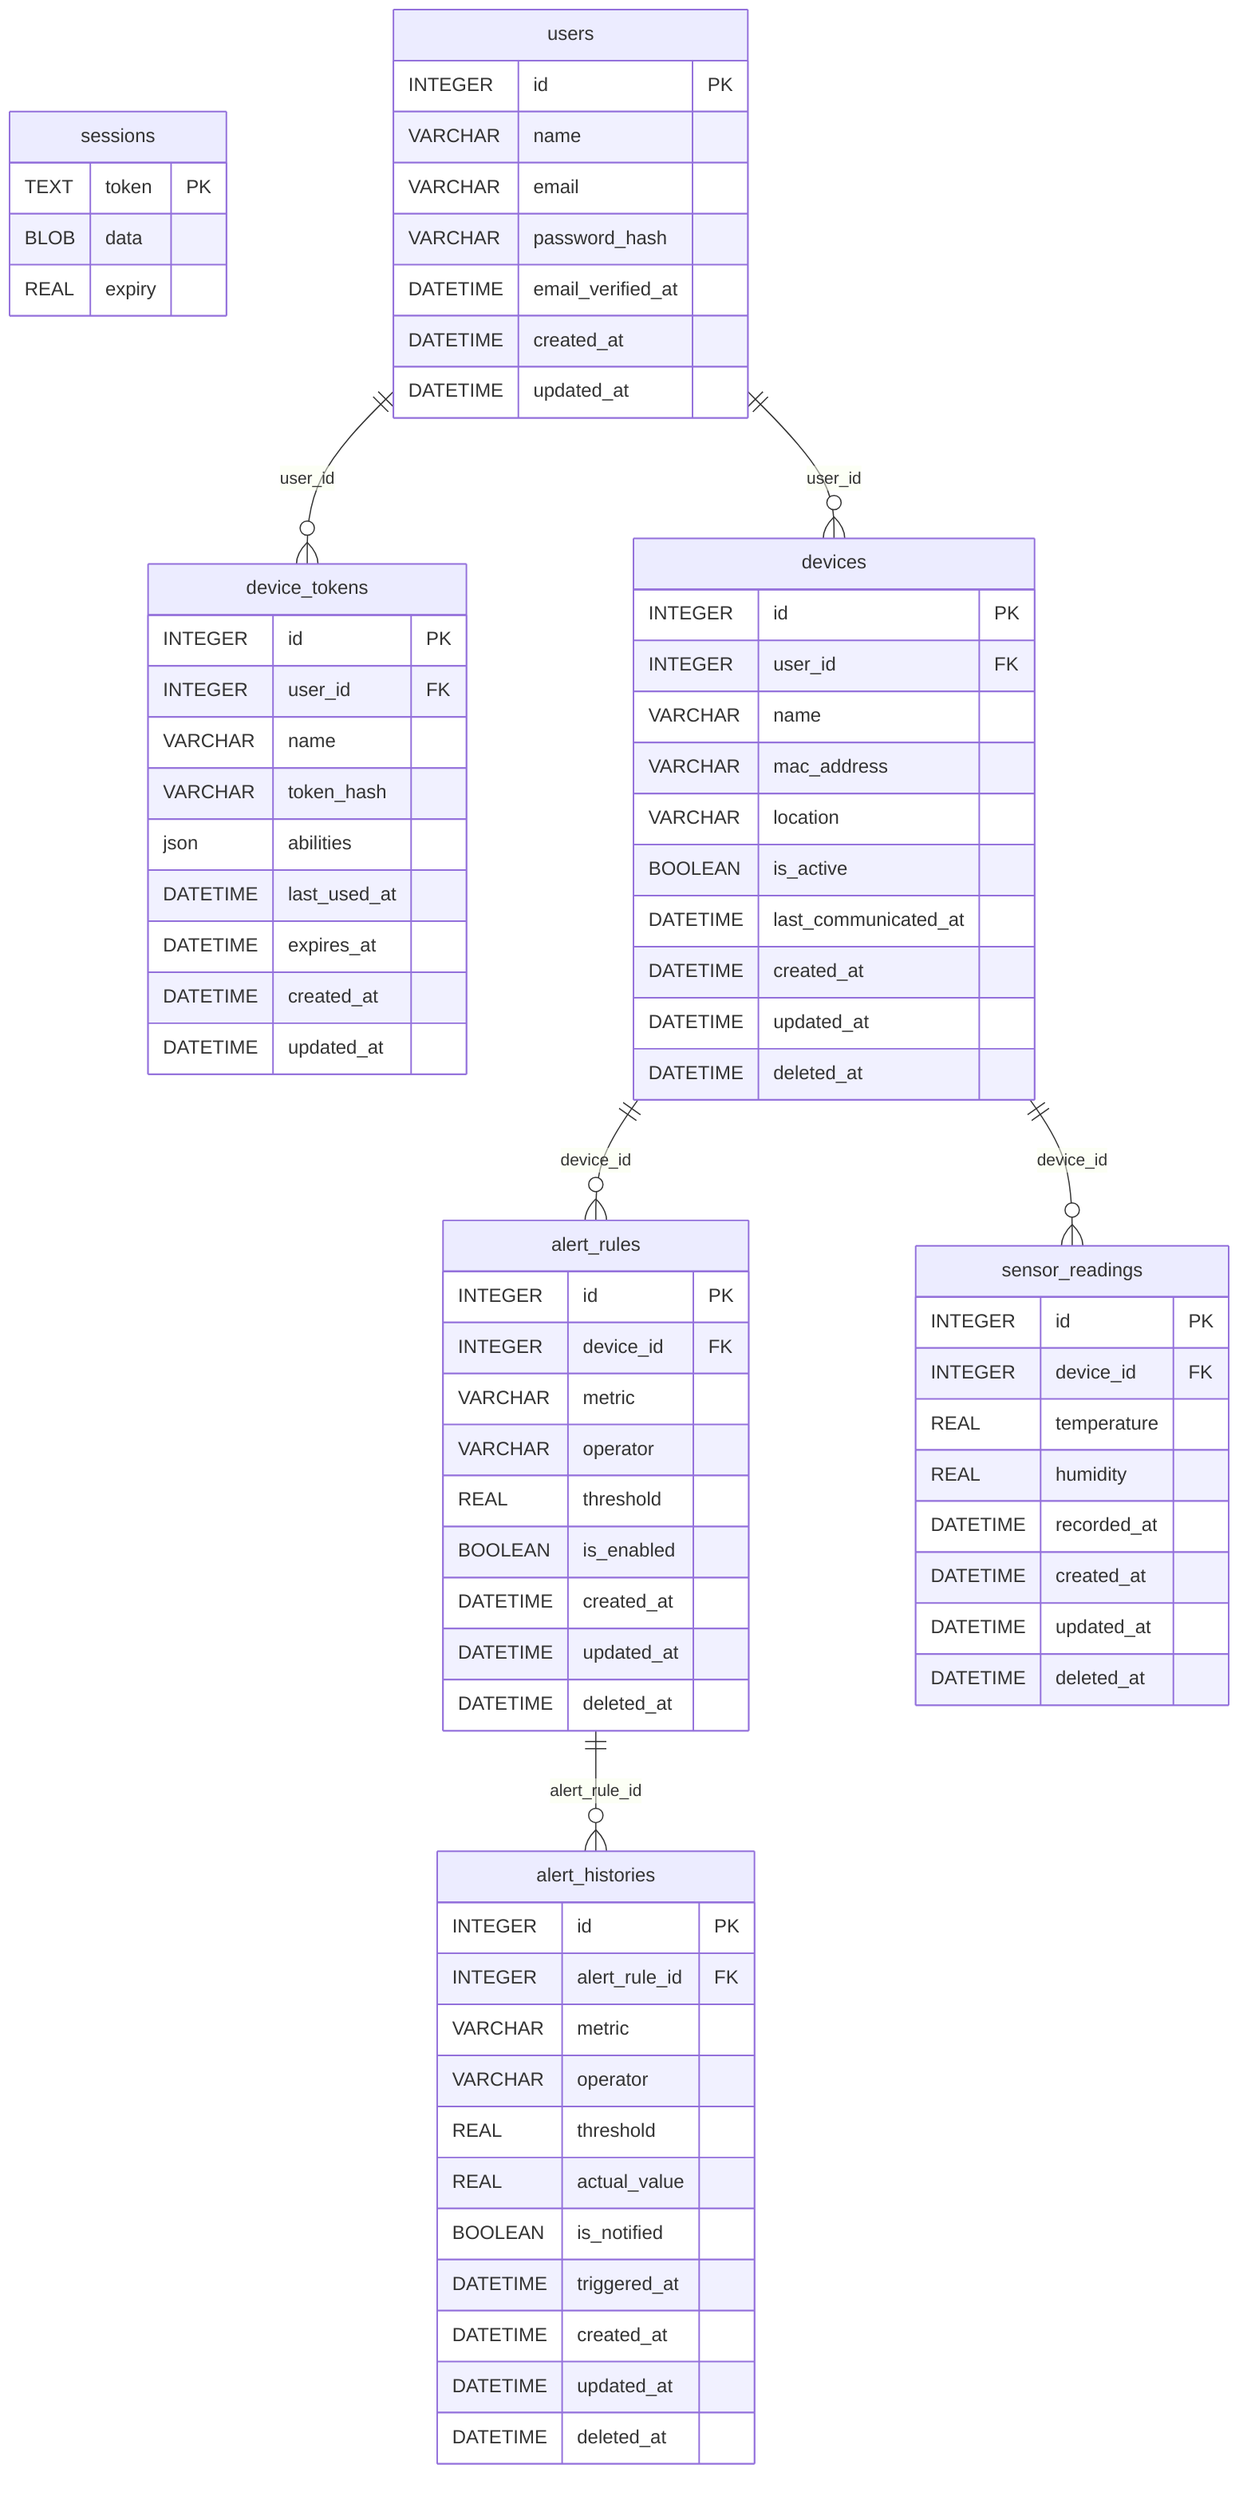
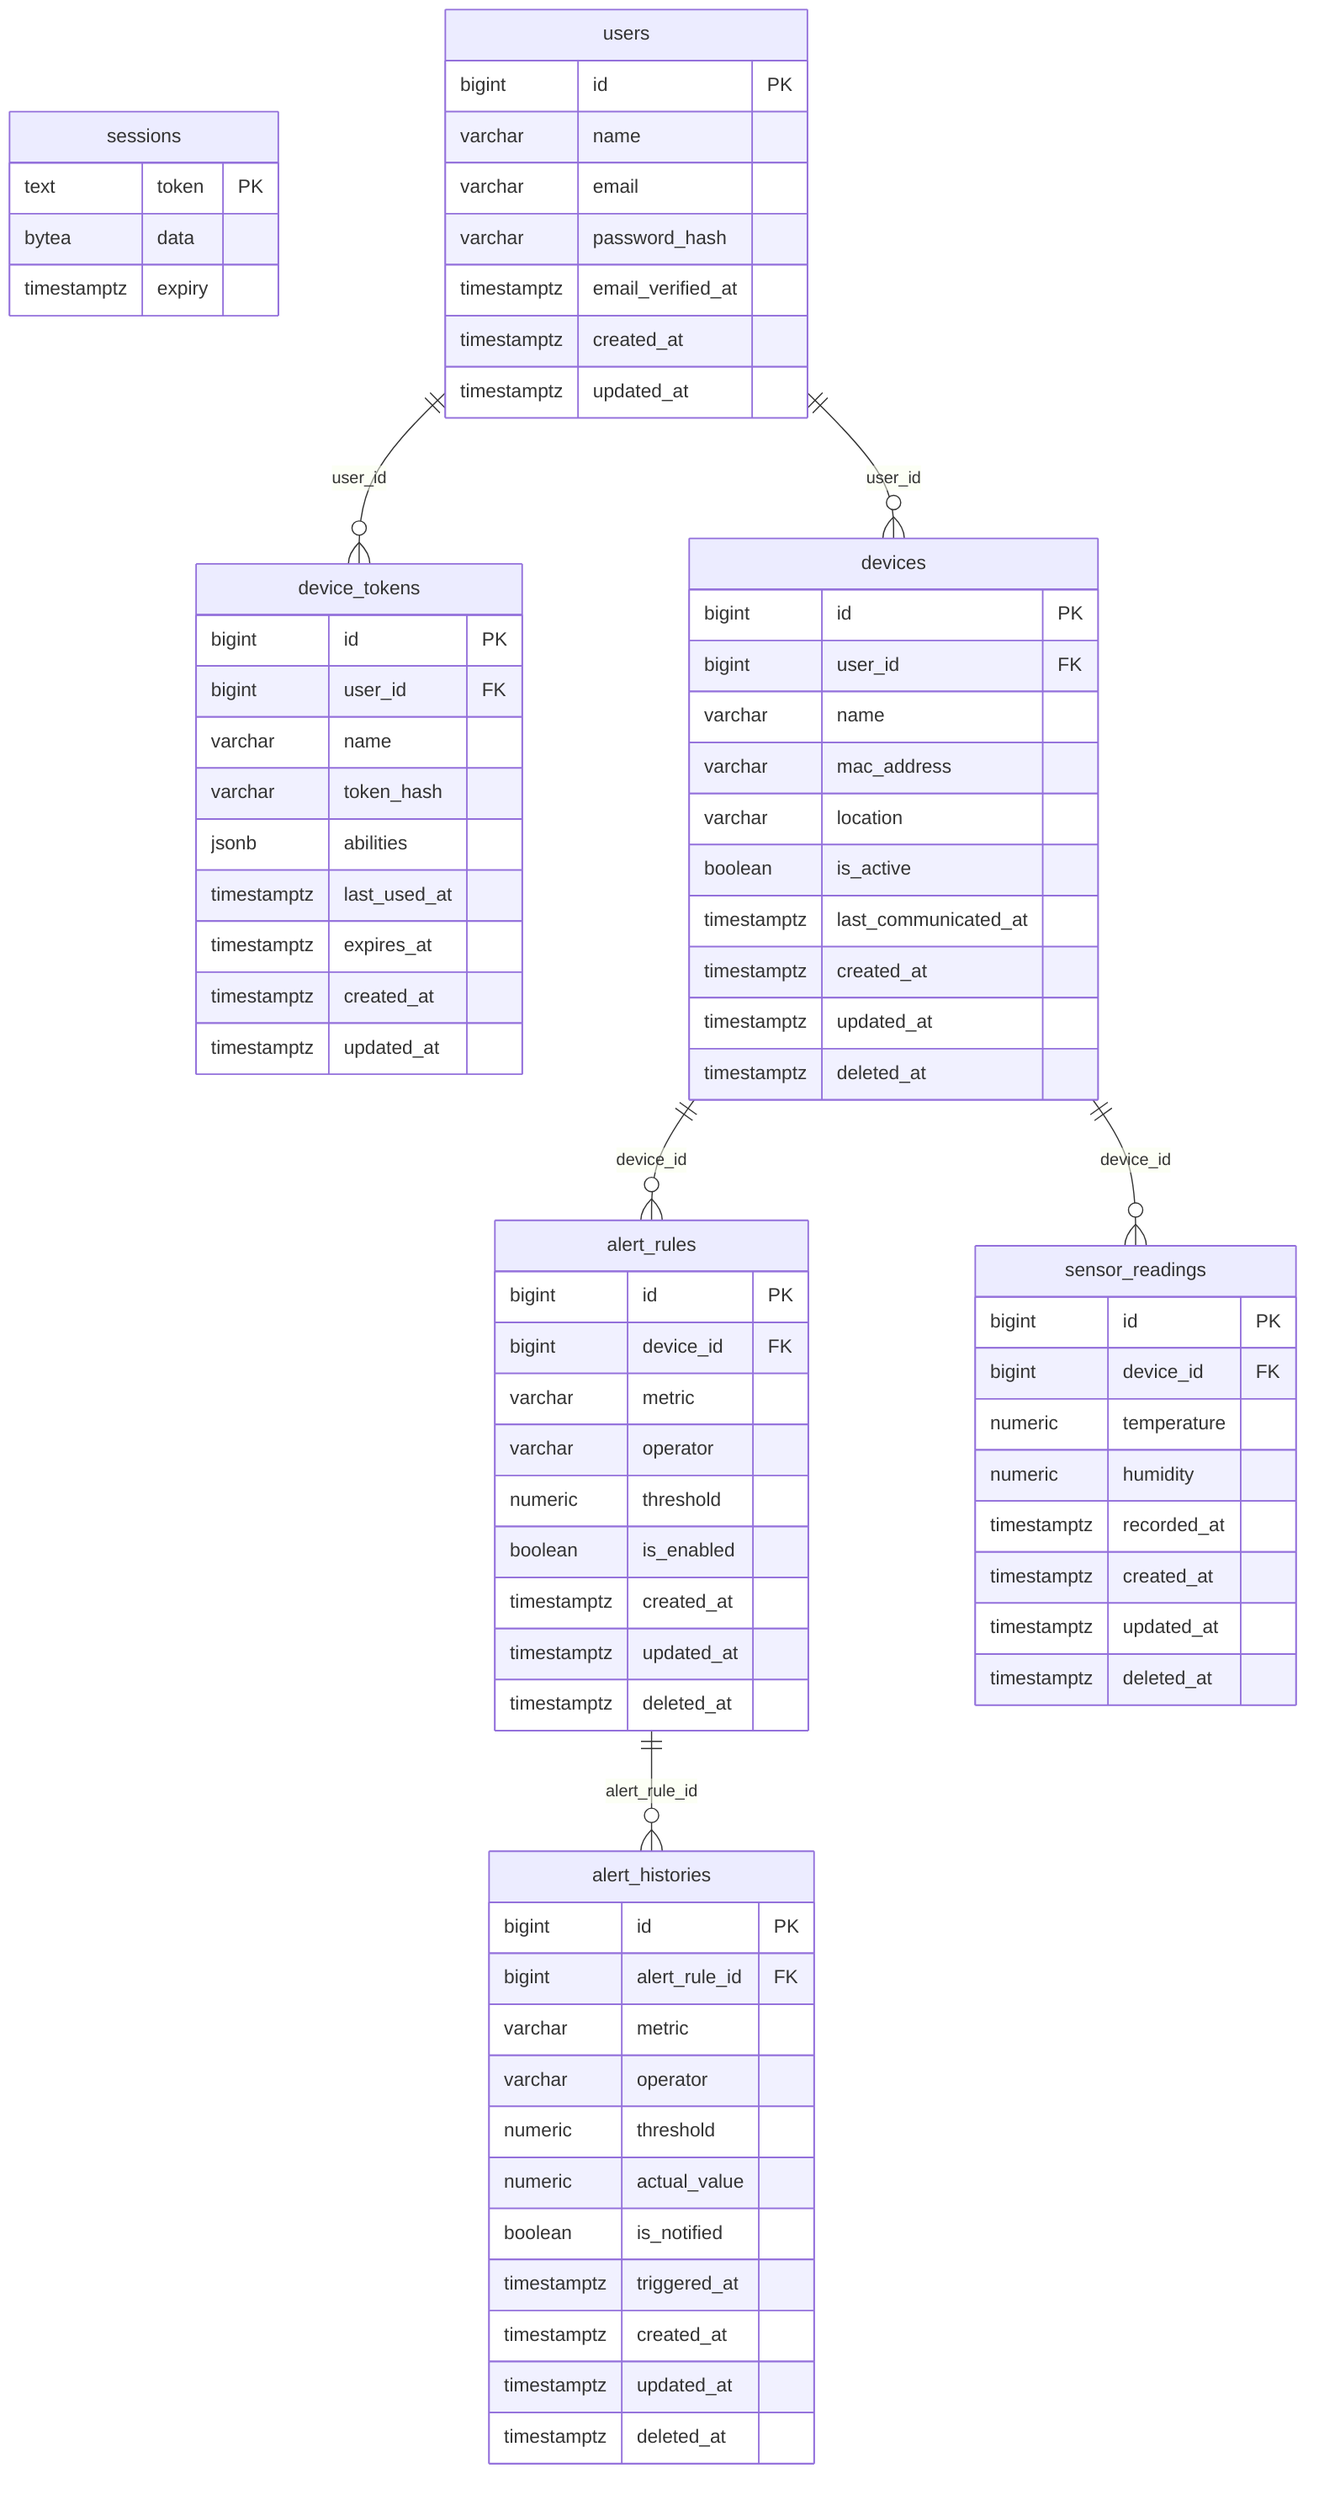
erDiagram
%% DBスナップショット — ER図 (Mermaid)。make db-snapshot で自動生成。手動編集しない。
%% 外部キー制約は張らない方針のため、関連は <table>_id 命名からの推論（論理リレーション）。
    alert_histories {
-         INTEGER id PK
-         INTEGER alert_rule_id FK
-         VARCHAR metric
-         VARCHAR operator
-         REAL threshold
-         REAL actual_value
-         BOOLEAN is_notified
-         DATETIME triggered_at
-         DATETIME created_at
-         DATETIME updated_at
-         DATETIME deleted_at
+         bigint id PK
+         bigint alert_rule_id FK
+         varchar metric
+         varchar operator
+         numeric threshold
+         numeric actual_value
+         boolean is_notified
+         timestamptz triggered_at
+         timestamptz created_at
+         timestamptz updated_at
+         timestamptz deleted_at
    }
    alert_rules {
-         INTEGER id PK
-         INTEGER device_id FK
-         VARCHAR metric
-         VARCHAR operator
-         REAL threshold
-         BOOLEAN is_enabled
-         DATETIME created_at
-         DATETIME updated_at
-         DATETIME deleted_at
+         bigint id PK
+         bigint device_id FK
+         varchar metric
+         varchar operator
+         numeric threshold
+         boolean is_enabled
+         timestamptz created_at
+         timestamptz updated_at
+         timestamptz deleted_at
    }
    device_tokens {
-         INTEGER id PK
-         INTEGER user_id FK
-         VARCHAR name
-         VARCHAR token_hash
-         json abilities
-         DATETIME last_used_at
-         DATETIME expires_at
-         DATETIME created_at
-         DATETIME updated_at
+         bigint id PK
+         bigint user_id FK
+         varchar name
+         varchar token_hash
+         jsonb abilities
+         timestamptz last_used_at
+         timestamptz expires_at
+         timestamptz created_at
+         timestamptz updated_at
    }
    devices {
-         INTEGER id PK
-         INTEGER user_id FK
-         VARCHAR name
-         VARCHAR mac_address
-         VARCHAR location
-         BOOLEAN is_active
-         DATETIME last_communicated_at
-         DATETIME created_at
-         DATETIME updated_at
-         DATETIME deleted_at
+         bigint id PK
+         bigint user_id FK
+         varchar name
+         varchar mac_address
+         varchar location
+         boolean is_active
+         timestamptz last_communicated_at
+         timestamptz created_at
+         timestamptz updated_at
+         timestamptz deleted_at
    }
    sensor_readings {
-         INTEGER id PK
-         INTEGER device_id FK
-         REAL temperature
-         REAL humidity
-         DATETIME recorded_at
-         DATETIME created_at
-         DATETIME updated_at
-         DATETIME deleted_at
+         bigint id PK
+         bigint device_id FK
+         numeric temperature
+         numeric humidity
+         timestamptz recorded_at
+         timestamptz created_at
+         timestamptz updated_at
+         timestamptz deleted_at
    }
    sessions {
-         TEXT token PK
-         BLOB data
-         REAL expiry
+         text token PK
+         bytea data
+         timestamptz expiry
    }
    users {
-         INTEGER id PK
-         VARCHAR name
-         VARCHAR email
-         VARCHAR password_hash
-         DATETIME email_verified_at
-         DATETIME created_at
-         DATETIME updated_at
+         bigint id PK
+         varchar name
+         varchar email
+         varchar password_hash
+         timestamptz email_verified_at
+         timestamptz created_at
+         timestamptz updated_at
    }
    alert_rules ||--o{ alert_histories : alert_rule_id
    devices ||--o{ alert_rules : device_id
    users ||--o{ device_tokens : user_id
    users ||--o{ devices : user_id
    devices ||--o{ sensor_readings : device_id
